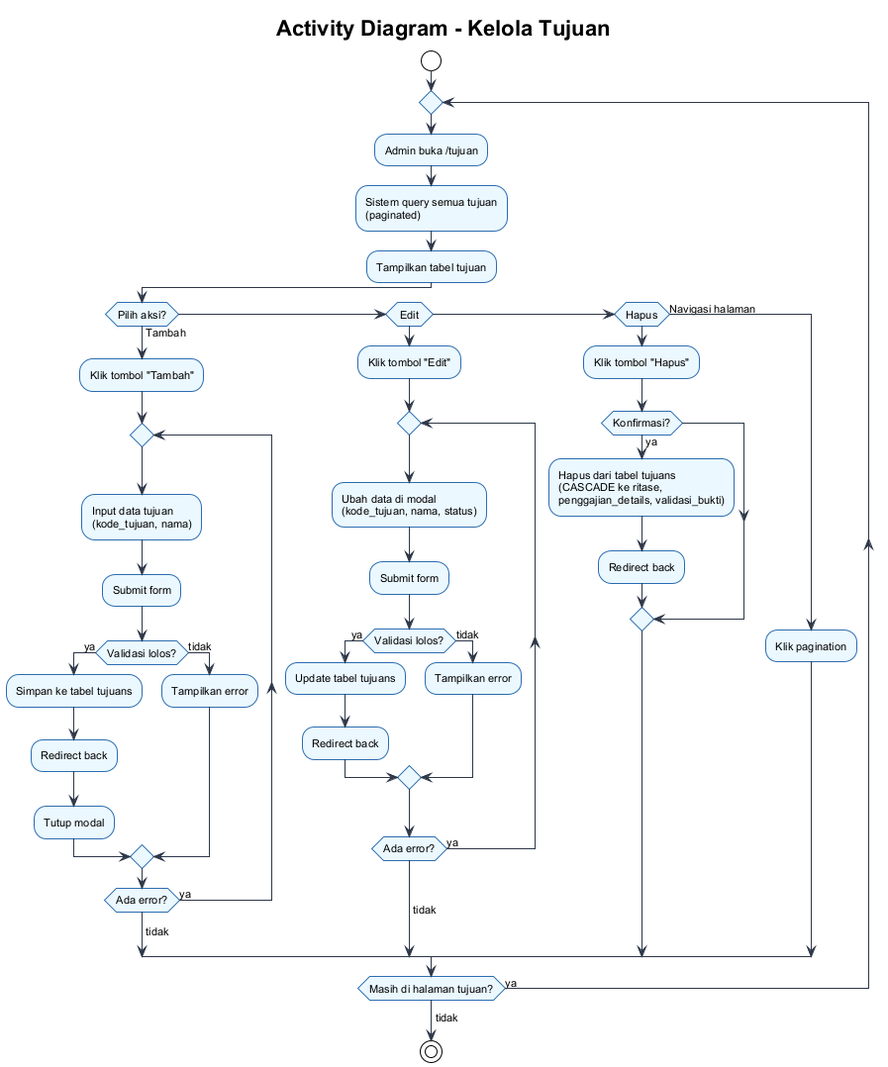
riandafatur28/sidigas-gaji-sopir-truck keeps this PlantUML diagram as docs/activity-diagram-tujuan.png. Above is the earlier version.
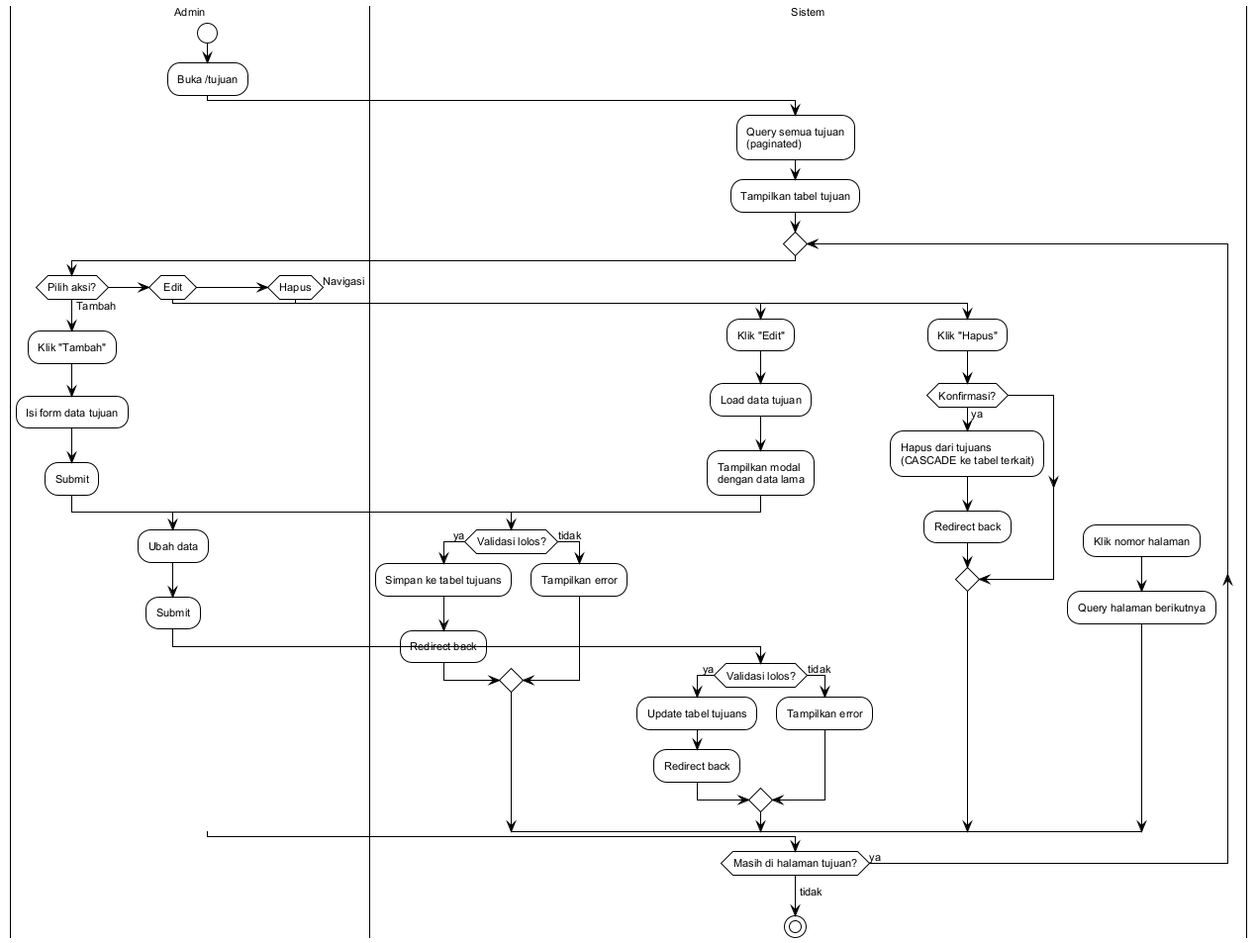
After the commit.

Change to the diagram source:
```diff
@@ -3,56 +3,57 @@
 skinparam backgroundColor #ffffff
 skinparam defaultFontSize 11
 skinparam defaultFontName Arial
-skinparam activityBorderColor #2b6cb0
-skinparam activityBackgroundColor #ebf8ff
-skinparam arrowColor #2d3748
 
-title **Activity Diagram - Kelola Tujuan**
+|Admin|
+start
+:Buka /tujuan;
 
-start
+|Sistem|
+:Query semua tujuan\n(paginated);
+:Tampilkan tabel tujuan;
+
 repeat
-  :Admin buka /tujuan;
-  :Sistem query semua tujuan\n(paginated);
-  :Tampilkan tabel tujuan;
-
+  |Admin|
   if (Pilih aksi?) then (Tambah)
-    :Klik tombol "Tambah";
-    repeat
-      :Input data tujuan\n(kode_tujuan, nama);
-      :Submit form;
-      if (Validasi lolos?) then (ya)
-        :Simpan ke tabel tujuans;
-        :Redirect back;
-        :Tutup modal;
-      else (tidak)
-        :Tampilkan error;
-      endif
-    repeat while (Ada error?) is (ya)
-    ->tidak;
+    :Klik "Tambah";
+    :Isi form data tujuan;
+    :Submit;
+    |Sistem|
+    if (Validasi lolos?) then (ya)
+      :Simpan ke tabel tujuans;
+      :Redirect back;
+    else (tidak)
+      :Tampilkan error;
+    endif
 
   elseif (Edit) then
-    :Klik tombol "Edit";
-    repeat
-      :Ubah data di modal\n(kode_tujuan, nama, status);
-      :Submit form;
-      if (Validasi lolos?) then (ya)
-        :Update tabel tujuans;
-        :Redirect back;
-      else (tidak)
-        :Tampilkan error;
-      endif
-    repeat while (Ada error?) is (ya)
-    ->tidak;
+    :Klik "Edit";
+    |Sistem|
+    :Load data tujuan;
+    :Tampilkan modal\ndengan data lama;
+    |Admin|
+    :Ubah data;
+    :Submit;
+    |Sistem|
+    if (Validasi lolos?) then (ya)
+      :Update tabel tujuans;
+      :Redirect back;
+    else (tidak)
+      :Tampilkan error;
+    endif
 
   elseif (Hapus) then
-    :Klik tombol "Hapus";
+    :Klik "Hapus";
     if (Konfirmasi?) then (ya)
-      :Hapus dari tabel tujuans\n(CASCADE ke ritase,\npenggajian_details, validasi_bukti);
+      |Sistem|
+      :Hapus dari tujuans\n(CASCADE ke tabel terkait);
       :Redirect back;
     endif
 
-  else (Navigasi halaman)
-    :Klik pagination;
+  else (Navigasi)
+    :Klik nomor halaman;
+    |Sistem|
+    :Query halaman berikutnya;
   endif
 
 repeat while (Masih di halaman tujuan?) is (ya)
```
